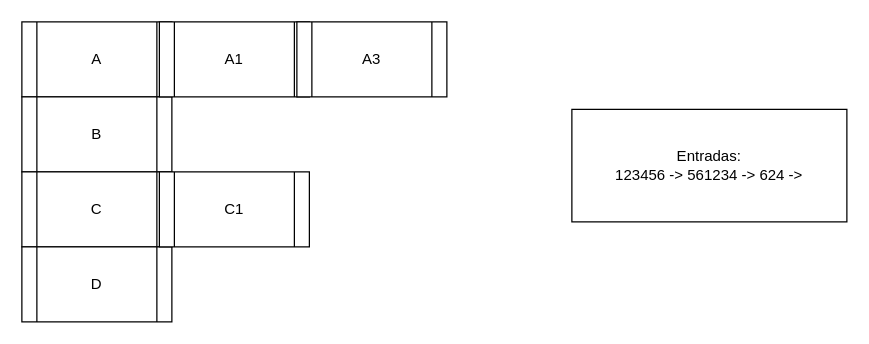
Above: ED_II/TB_III/Q3/hash.drawio in mauriciobenjamin700/6_periodo (draw.io), before the change. Source tidied: cells renumbered, new cells numbered last; positions are measured from the earlier drawing's top-left corner, leaving out a move shared by most shapes. Both pictures are drawn from the tidied source at 125%, with x=0, y=0 at pixel (21, 21).
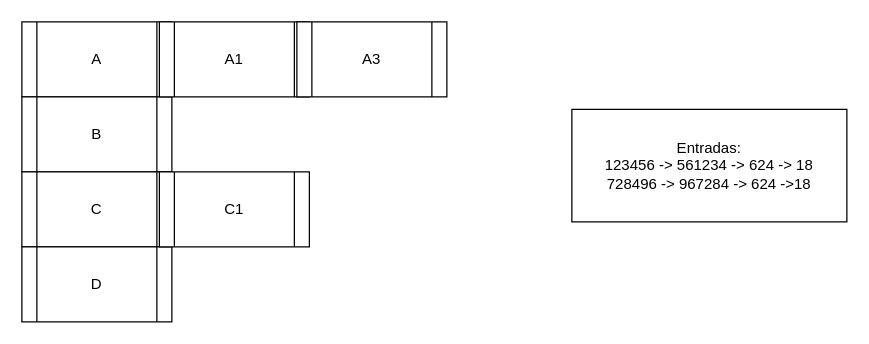
The same diagram, later.

Commit message (it also covers changes not shown here):
Hash tá funcionando até

The edit, as a diff of the source:
```diff
@@
 <mxGraphModel>
   <root>
     <mxCell id="0" />
     <mxCell id="1" parent="0" />
     <mxCell id="2" value="A" style="shape=process;whiteSpace=wrap;html=1;backgroundOutline=1;" parent="1" vertex="1">
       <mxGeometry width="120" height="60" as="geometry" />
     </mxCell>
     <mxCell id="3" value="B" style="shape=process;whiteSpace=wrap;html=1;backgroundOutline=1;" parent="1" vertex="1">
       <mxGeometry y="60" width="120" height="60" as="geometry" />
     </mxCell>
     <mxCell id="4" value="C" style="shape=process;whiteSpace=wrap;html=1;backgroundOutline=1;" parent="1" vertex="1">
       <mxGeometry y="120" width="120" height="60" as="geometry" />
     </mxCell>
     <mxCell id="5" value="A1" style="shape=process;whiteSpace=wrap;html=1;backgroundOutline=1;" parent="1" vertex="1">
       <mxGeometry x="110" width="120" height="60" as="geometry" />
     </mxCell>
     <mxCell id="6" value="A3" style="shape=process;whiteSpace=wrap;html=1;backgroundOutline=1;" parent="1" vertex="1">
       <mxGeometry x="220" width="120" height="60" as="geometry" />
     </mxCell>
     <mxCell id="7" value="D" style="shape=process;whiteSpace=wrap;html=1;backgroundOutline=1;" parent="1" vertex="1">
       <mxGeometry y="180" width="120" height="60" as="geometry" />
     </mxCell>
     <mxCell id="8" value="C1" style="shape=process;whiteSpace=wrap;html=1;backgroundOutline=1;" parent="1" vertex="1">
       <mxGeometry x="110" y="120" width="120" height="60" as="geometry" />
     </mxCell>
-    <mxCell id="9" value="Entradas:&lt;br&gt;123456 -&amp;gt; 561234 -&amp;gt; 624 -&amp;gt;" style="rounded=0;whiteSpace=wrap;html=1;" parent="1" vertex="1">
+    <mxCell id="9" value="Entradas:&lt;br&gt;123456 -&amp;gt; 561234 -&amp;gt; 624 -&amp;gt; 18&lt;br&gt;728496 -&amp;gt; 967284 -&amp;gt; 624 -&amp;gt;18" style="rounded=0;whiteSpace=wrap;html=1;" parent="1" vertex="1">
       <mxGeometry x="440" y="70" width="220" height="90" as="geometry" />
     </mxCell>
   </root>
 </mxGraphModel>
```
